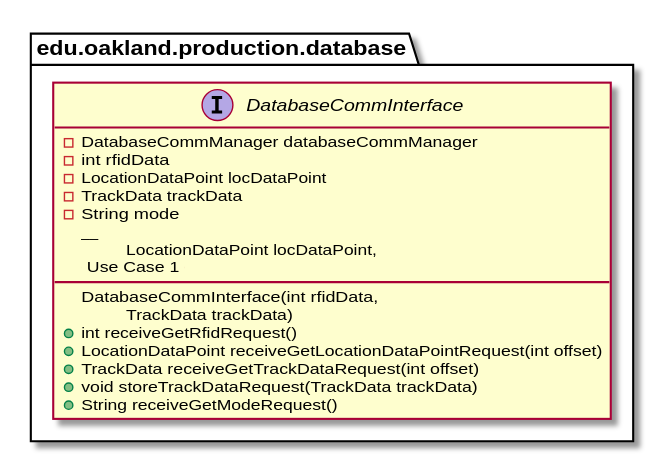
andrewdimmer/csi-3370-software-project keeps this PlantUML diagram as docs/uml-class-diagrams/database/production/DatabaseCommInterface/DatabaseCommInterface_Closure.svg. Above is the earlier version. The source it was exported from:
```plantuml
@startuml DatabaseCommInterface_Closure


package edu.oakland.production.database {
    interface DatabaseCommInterface {
    	- DatabaseCommManager databaseCommManager
    	- int rfidData
    	- LocationDataPoint locDataPoint
    	- TrackData trackData
    	- String mode
        __
        DatabaseCommInterface(int rfidData,
        \tLocationDataPoint locDataPoint,
        \tTrackData trackData)
        .. Use Case 1 ..
        + int receiveGetRfidRequest()
        + LocationDataPoint receiveGetLocationDataPointRequest(int offset)
        + TrackData receiveGetTrackDataRequest(int offset)
        + void storeTrackDataRequest(TrackData trackData)
        + String receiveGetModeRequest()

    }
}






@enduml
```
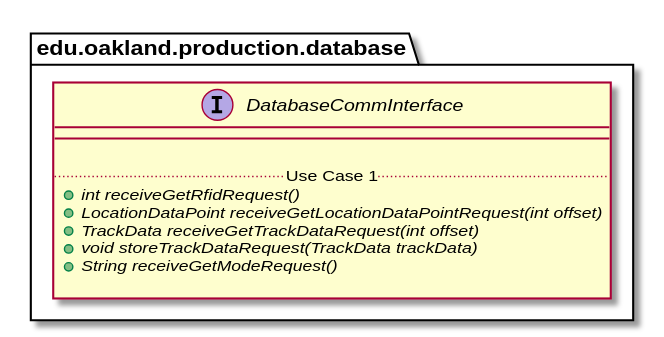
Later version of the same file.

What changed in the source:
```diff
@@ -3,21 +3,14 @@
 
 package edu.oakland.production.database {
     interface DatabaseCommInterface {
-    	- DatabaseCommManager databaseCommManager
-    	- int rfidData
-    	- LocationDataPoint locDataPoint
-    	- TrackData trackData
-    	- String mode
         __
-        DatabaseCommInterface(int rfidData,
-        \tLocationDataPoint locDataPoint,
-        \tTrackData trackData)
+
         .. Use Case 1 ..
-        + int receiveGetRfidRequest()
-        + LocationDataPoint receiveGetLocationDataPointRequest(int offset)
-        + TrackData receiveGetTrackDataRequest(int offset)
-        + void storeTrackDataRequest(TrackData trackData)
-        + String receiveGetModeRequest()
+        {abstract} + int receiveGetRfidRequest()
+        {abstract} + LocationDataPoint receiveGetLocationDataPointRequest(int offset)
+        {abstract} + TrackData receiveGetTrackDataRequest(int offset)
+        {abstract} + void storeTrackDataRequest(TrackData trackData)
+        {abstract} + String receiveGetModeRequest()
 
     }
 }
```
